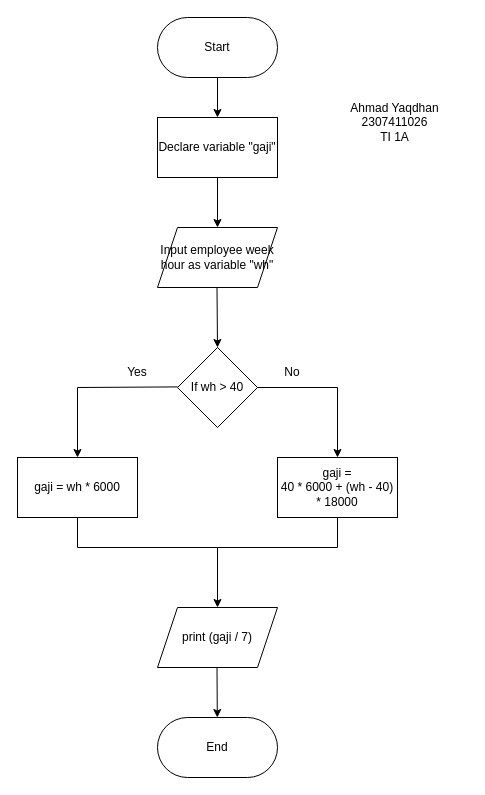
Earlier version of the draw.io diagram Quiz1_GajiMingguan.drawio (Mednoob/Mednoob). Source tidied: cells renumbered, new cells numbered last; positions are measured from the earlier drawing's top-left corner, leaving out a move shared by most shapes. Both pictures are drawn from the tidied source at 100%, with x=0, y=0 at pixel (17, 17).
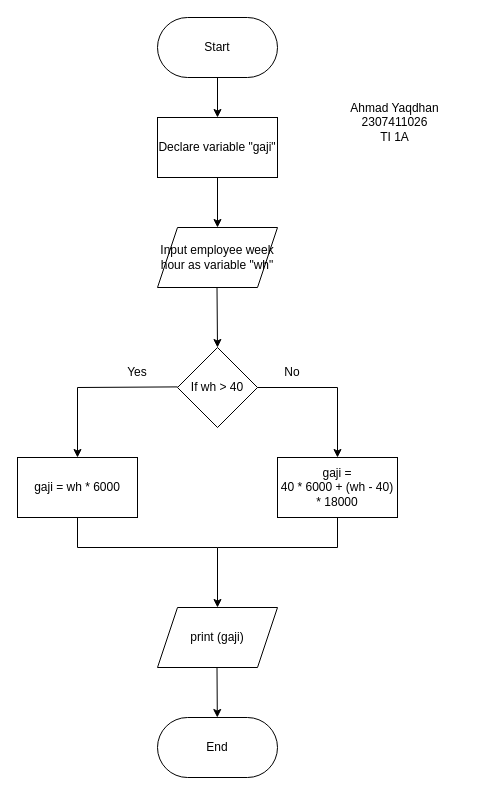
Above is the later version.

Commit message (it also covers changes not shown here):
chore(gajimingguan): update flowchart

What changed in the source:
```diff
@@
-    <mxCell id="16" value="print (gaji / 7)" style="shape=parallelogram;perimeter=parallelogramPerimeter;whiteSpace=wrap;html=1;fixedSize=1;" parent="1" vertex="1">
+    <mxCell id="16" value="print (gaji)" style="shape=parallelogram;perimeter=parallelogramPerimeter;whiteSpace=wrap;html=1;fixedSize=1;" parent="1" vertex="1">
       <mxGeometry x="140" y="590" width="120" height="60" as="geometry" />
     </mxCell>
```
